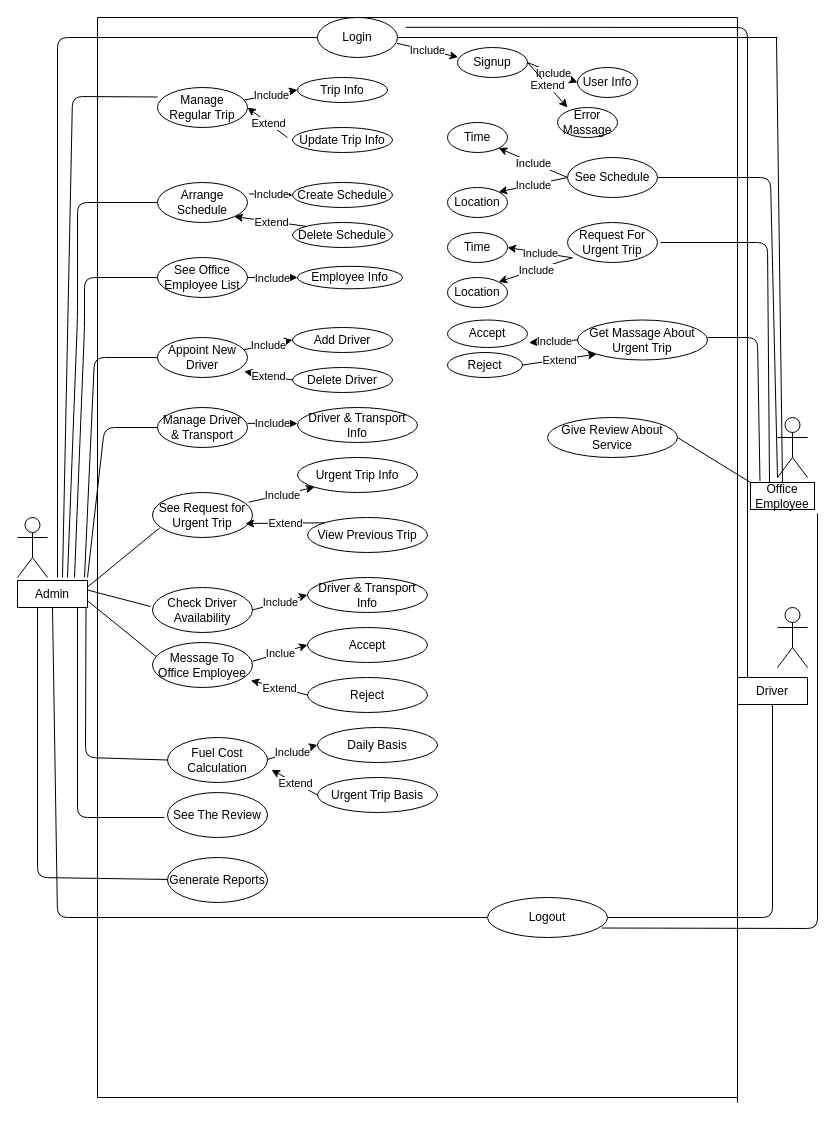
Earlier version of the draw.io diagram Untitled Diagram.drawio (SHIMAISRAFIL/Transport-Schedule). Source tidied: cells renumbered, new cells numbered last; positions are measured from the earlier drawing's top-left corner, leaving out a move shared by most shapes. Both pictures are drawn from the tidied source at 100%, with x=0, y=0 at pixel (17, 17).
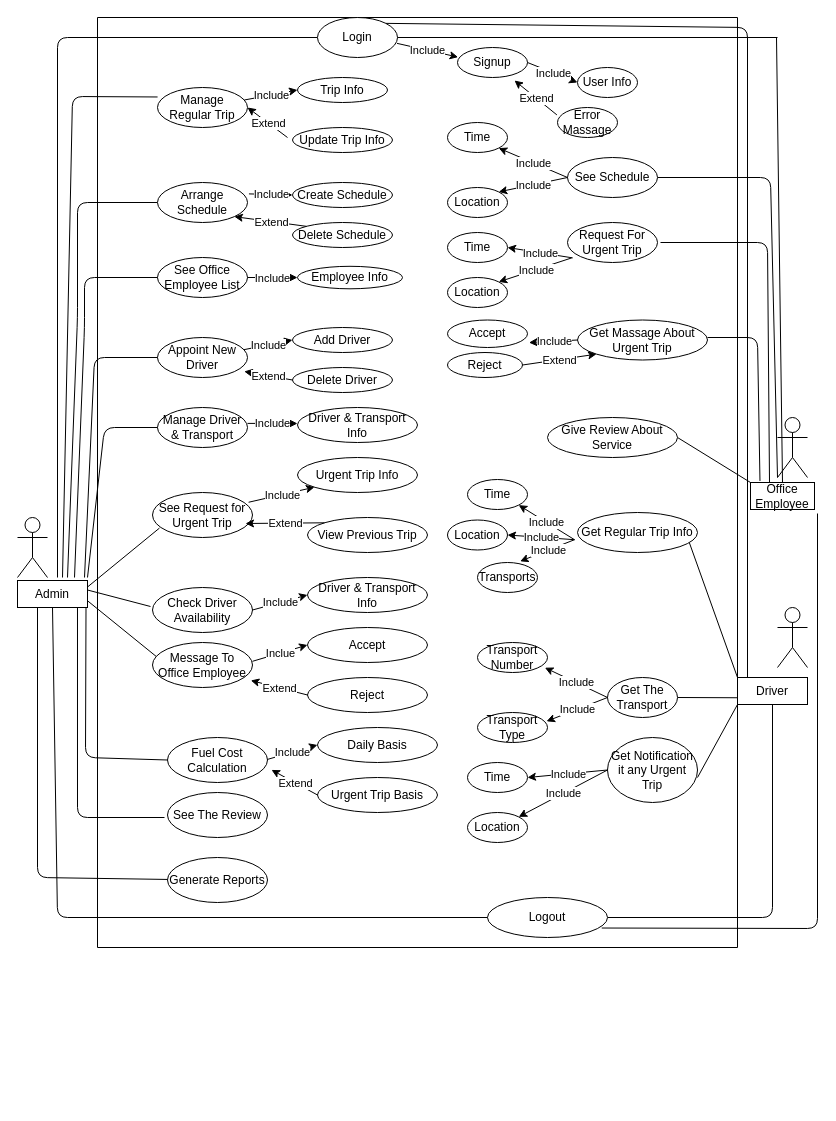
After the change.

Unchanged cells that the change refers to:
```xml
<mxCell id="11" value="Driver" style="rounded=0;whiteSpace=wrap;html=1;" parent="1" vertex="1">
  <mxGeometry x="720" y="660" width="70" height="27" as="geometry" />
</mxCell>
<mxCell id="15" value="Login" style="ellipse;whiteSpace=wrap;html=1;" parent="1" vertex="1">
  <mxGeometry x="300" width="80" height="40" as="geometry" />
</mxCell>
<mxCell id="16" value="Signup" style="ellipse;whiteSpace=wrap;html=1;" parent="1" vertex="1">
  <mxGeometry x="440" y="30" width="70" height="30" as="geometry" />
</mxCell>
<mxCell id="22" value="Error Massage" style="ellipse;whiteSpace=wrap;html=1;" parent="1" vertex="1">
  <mxGeometry x="540" y="90" width="60" height="30" as="geometry" />
</mxCell>
```

Change to the diagram source:
```diff
@@
     <mxCell id="5" style="endArrow=none;html=1;" parent="1" edge="1">
       <mxGeometry relative="1" as="geometry">
-        <mxPoint x="80" y="1080" as="sourcePoint" />
+        <mxPoint x="80" y="930" as="sourcePoint" />
         <mxPoint x="80" as="targetPoint" />
       </mxGeometry>
     </mxCell>
@@
     <mxCell id="7" style="endArrow=none;html=1;" parent="1" edge="1">
       <mxGeometry relative="1" as="geometry">
-        <mxPoint x="80" y="1080" as="sourcePoint" />
-        <mxPoint x="720" y="1080" as="targetPoint" />
+        <mxPoint x="80" y="930" as="sourcePoint" />
+        <mxPoint x="720" y="930" as="targetPoint" />
       </mxGeometry>
     </mxCell>
     <mxCell id="8" style="endArrow=none;html=1;" parent="1" edge="1">
       <mxGeometry relative="1" as="geometry">
-        <mxPoint x="720" y="1085" as="sourcePoint" />
+        <mxPoint x="720" y="930" as="sourcePoint" />
         <mxPoint x="720" as="targetPoint" />
       </mxGeometry>
     </mxCell>
@@
-    <mxCell id="23" style="endArrow=classic;html=1;exitX=1;exitY=0.5;exitDx=0;exitDy=0;" parent="1" edge="1" source="16">
-      <mxGeometry relative="1" as="geometry">
-        <mxPoint x="550" y="90" as="targetPoint" />
-      </mxGeometry>
+    <mxCell id="23" style="endArrow=classic;html=1;exitX=-0.01;exitY=0.247;exitDx=0;exitDy=0;exitPerimeter=0;entryX=0.814;entryY=1.1;entryDx=0;entryDy=0;entryPerimeter=0;" parent="1" edge="1" source="22" target="16">
+      <mxGeometry relative="1" as="geometry" />
     </mxCell>
@@
-    <mxCell id="41" style="endArrow=none;html=1;entryX=0.978;entryY=0.246;entryDx=0;entryDy=0;entryPerimeter=0;" parent="1" edge="1">
+    <mxCell id="41" style="endArrow=none;html=1;entryX=1;entryY=0;entryDx=0;entryDy=0;" parent="1" edge="1" target="15">
       <mxGeometry relative="1" as="geometry">
         <mxPoint x="730" y="660" as="sourcePoint" />
-        <mxPoint x="388.2" y="9.8" as="targetPoint" />
         <Array as="points">
           <mxPoint x="730" y="10" />
         </Array>
       </mxGeometry>
     </mxCell>
@@
+    <mxCell id="123" style="endArrow=none;html=1;exitX=0;exitY=0;exitDx=0;exitDy=0;" parent="1" edge="1" source="11">
+      <mxGeometry relative="1" as="geometry">
+        <mxPoint x="670" y="520" as="targetPoint" />
+      </mxGeometry>
+    </mxCell>
+    <mxCell id="124" value="Get Regular Trip Info" style="ellipse;whiteSpace=wrap;html=1;" parent="1" vertex="1">
+      <mxGeometry x="560" y="495" width="120" height="40" as="geometry" />
+    </mxCell>
+    <mxCell id="125" value="Time" style="ellipse;whiteSpace=wrap;html=1;" parent="1" vertex="1">
+      <mxGeometry x="450" y="462" width="60" height="30" as="geometry" />
+    </mxCell>
+    <mxCell id="126" value="Location" style="ellipse;whiteSpace=wrap;html=1;" parent="1" vertex="1">
+      <mxGeometry x="430" y="502.5" width="60" height="30" as="geometry" />
+    </mxCell>
+    <mxCell id="127" value="Transports" style="ellipse;whiteSpace=wrap;html=1;" parent="1" vertex="1">
+      <mxGeometry x="460" y="545" width="60" height="30" as="geometry" />
+    </mxCell>
+    <mxCell id="128" style="endArrow=classic;html=1;exitX=-0.025;exitY=0.68;exitDx=0;exitDy=0;exitPerimeter=0;entryX=1;entryY=1;entryDx=0;entryDy=0;" parent="1" edge="1" source="124" target="125">
+      <mxGeometry relative="1" as="geometry" />
+    </mxCell>
+    <mxCell id="129" value="Include" style="edgeLabel;html=1;align=center;verticalAlign=middle;" parent="128" vertex="1">
+      <mxGeometry relative="1" as="geometry" />
+    </mxCell>
+    <mxCell id="130" style="endArrow=classic;html=1;exitX=-0.025;exitY=0.68;exitDx=0;exitDy=0;exitPerimeter=0;entryX=1;entryY=0.5;entryDx=0;entryDy=0;" parent="1" edge="1" source="124" target="126">
+      <mxGeometry relative="1" as="geometry" />
+    </mxCell>
+    <mxCell id="131" value="Include" style="edgeLabel;html=1;align=center;verticalAlign=middle;" parent="130" vertex="1">
+      <mxGeometry relative="1" as="geometry" />
+    </mxCell>
+    <mxCell id="132" style="endArrow=classic;html=1;exitX=-0.025;exitY=0.68;exitDx=0;exitDy=0;exitPerimeter=0;entryX=0.71;entryY=-0.04;entryDx=0;entryDy=0;entryPerimeter=0;" parent="1" edge="1" source="124" target="127">
+      <mxGeometry relative="1" as="geometry" />
+    </mxCell>
+    <mxCell id="133" value="Include" style="edgeLabel;html=1;align=center;verticalAlign=middle;" parent="132" vertex="1">
+      <mxGeometry relative="1" as="geometry" />
+    </mxCell>
+    <mxCell id="134" style="endArrow=none;html=1;exitX=0;exitY=0.75;exitDx=0;exitDy=0;" parent="1" edge="1" source="11">
+      <mxGeometry relative="1" as="geometry">
+        <mxPoint x="660" y="680" as="targetPoint" />
+      </mxGeometry>
+    </mxCell>
+    <mxCell id="135" value="Get The Transport" style="ellipse;whiteSpace=wrap;html=1;" parent="1" vertex="1">
+      <mxGeometry x="590" y="660" width="70" height="40" as="geometry" />
+    </mxCell>
+    <mxCell id="136" value="Transport Number" style="ellipse;whiteSpace=wrap;html=1;" parent="1" vertex="1">
+      <mxGeometry x="460" y="625" width="70" height="30" as="geometry" />
+    </mxCell>
+    <mxCell id="137" value="Transport Type" style="ellipse;whiteSpace=wrap;html=1;" parent="1" vertex="1">
+      <mxGeometry x="460" y="695" width="70" height="30" as="geometry" />
+    </mxCell>
+    <mxCell id="138" style="endArrow=classic;html=1;exitX=0;exitY=0.5;exitDx=0;exitDy=0;entryX=0.986;entryY=0.293;entryDx=0;entryDy=0;entryPerimeter=0;" parent="1" edge="1" source="135" target="137">
+      <mxGeometry relative="1" as="geometry" />
+    </mxCell>
+    <mxCell id="139" value="Include" style="edgeLabel;html=1;align=center;verticalAlign=middle;" parent="138" vertex="1">
+      <mxGeometry relative="1" as="geometry" />
+    </mxCell>
+    <mxCell id="140" style="endArrow=classic;html=1;exitX=0;exitY=0.5;exitDx=0;exitDy=0;entryX=0.963;entryY=0.84;entryDx=0;entryDy=0;entryPerimeter=0;" parent="1" edge="1" source="135" target="136">
+      <mxGeometry relative="1" as="geometry" />
+    </mxCell>
+    <mxCell id="141" value="Include" style="edgeLabel;html=1;align=center;verticalAlign=middle;" parent="140" vertex="1">
+      <mxGeometry relative="1" as="geometry" />
+    </mxCell>
+    <mxCell id="142" style="endArrow=none;html=1;exitX=0;exitY=1;exitDx=0;exitDy=0;" parent="1" edge="1" source="11">
+      <mxGeometry relative="1" as="geometry">
+        <mxPoint x="680" y="760" as="targetPoint" />
+      </mxGeometry>
+    </mxCell>
+    <mxCell id="143" value="Get Notification it any Urgent Trip" style="ellipse;whiteSpace=wrap;html=1;" parent="1" vertex="1">
+      <mxGeometry x="590" y="720" width="90" height="65" as="geometry" />
+    </mxCell>
+    <mxCell id="144" value="Time" style="ellipse;whiteSpace=wrap;html=1;" parent="1" vertex="1">
+      <mxGeometry x="450" y="745" width="60" height="30" as="geometry" />
+    </mxCell>
+    <mxCell id="145" value="Location" style="ellipse;whiteSpace=wrap;html=1;" parent="1" vertex="1">
+      <mxGeometry x="450" y="795" width="60" height="30" as="geometry" />
+    </mxCell>
+    <mxCell id="146" style="endArrow=classic;html=1;exitX=0;exitY=0.5;exitDx=0;exitDy=0;entryX=1;entryY=0.5;entryDx=0;entryDy=0;" parent="1" edge="1" source="143" target="144">
+      <mxGeometry relative="1" as="geometry" />
+    </mxCell>
+    <mxCell id="147" value="Include" style="edgeLabel;html=1;align=center;verticalAlign=middle;" parent="146" vertex="1">
+      <mxGeometry relative="1" as="geometry" />
+    </mxCell>
+    <mxCell id="148" style="endArrow=classic;html=1;exitX=0;exitY=0.5;exitDx=0;exitDy=0;entryX=1;entryY=0;entryDx=0;entryDy=0;" parent="1" edge="1" source="143" target="145">
+      <mxGeometry relative="1" as="geometry" />
+    </mxCell>
+    <mxCell id="149" value="Include" style="edgeLabel;html=1;align=center;verticalAlign=middle;" parent="148" vertex="1">
+      <mxGeometry relative="1" as="geometry" />
+    </mxCell>
```
